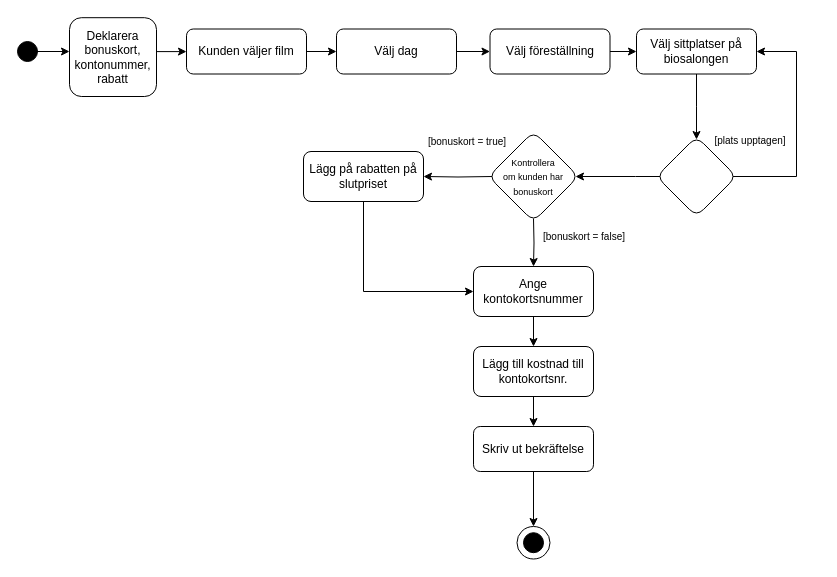
Earlier version of the draw.io diagram U10.drawio (ninijonsson/diagram). Source tidied: cells renumbered, new cells numbered last; positions are measured from the earlier drawing's top-left corner, leaving out a move shared by most shapes. Both pictures are drawn from the tidied source at 100%, with x=0, y=0 at pixel (17, 17).
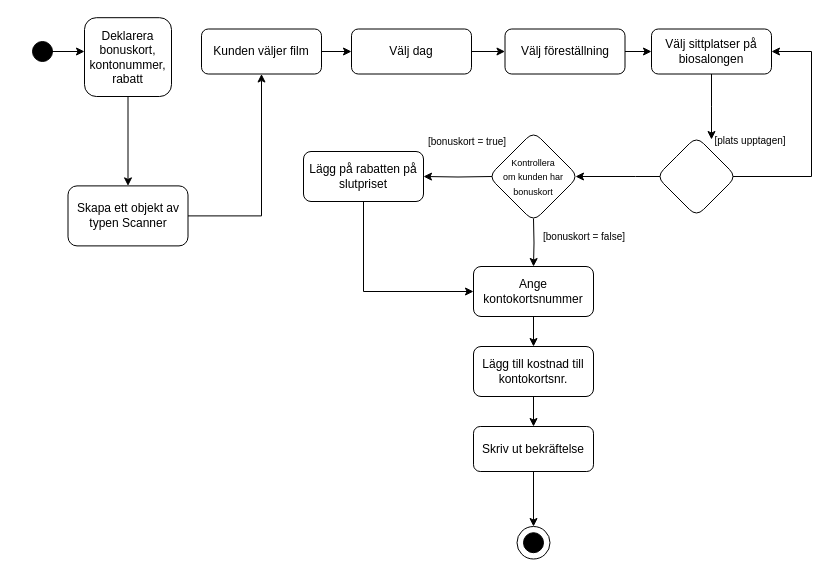
The same diagram, later.

The change refers to these unchanged cells:
```xml
<mxCell id="14" style="rhombus;whiteSpace=wrap;html=1;fillColor=#FFFFFF;rounded=1;" parent="1" vertex="1">
  <mxGeometry x="639" y="119" width="80" height="80" as="geometry" />
</mxCell>
```

The edit, as a diff of the source:
```diff
@@
     <mxCell id="2" style="edgeStyle=orthogonalEdgeStyle;rounded=0;orthogonalLoop=1;jettySize=auto;html=1;exitX=1;exitY=0.5;exitDx=0;exitDy=0;" parent="1" edge="1">
       <mxGeometry relative="1" as="geometry">
-        <mxPoint x="13" y="34" as="sourcePoint" />
-        <mxPoint x="52" y="34" as="targetPoint" />
+        <mxPoint x="28" y="34" as="sourcePoint" />
+        <mxPoint x="67" y="34" as="targetPoint" />
       </mxGeometry>
     </mxCell>
     <mxCell id="3" style="ellipse;whiteSpace=wrap;html=1;fillColor=#000000;" parent="1" vertex="1">
-      <mxGeometry y="24" width="20" height="20" as="geometry" />
+      <mxGeometry x="15" y="24" width="20" height="20" as="geometry" />
     </mxCell>
@@
     <mxCell id="5" value="Kunden väljer film" style="rounded=1;whiteSpace=wrap;html=1;fillColor=#FFFFFF;" parent="1" vertex="1">
-      <mxGeometry x="169" y="11.5" width="120" height="45" as="geometry" />
+      <mxGeometry x="184" y="11.5" width="120" height="45" as="geometry" />
     </mxCell>
@@
     <mxCell id="7" value="Välj dag" style="whiteSpace=wrap;html=1;fillColor=#FFFFFF;rounded=1;" parent="1" vertex="1">
-      <mxGeometry x="319" y="11.5" width="120" height="45" as="geometry" />
+      <mxGeometry x="334" y="11.5" width="120" height="45" as="geometry" />
     </mxCell>
@@
     <mxCell id="9" value="Välj föreställning" style="whiteSpace=wrap;html=1;fillColor=#FFFFFF;rounded=1;" parent="1" vertex="1">
-      <mxGeometry x="472.5" y="11.5" width="120" height="45" as="geometry" />
+      <mxGeometry x="487.5" y="11.5" width="120" height="45" as="geometry" />
     </mxCell>
     <mxCell id="10" style="edgeStyle=orthogonalEdgeStyle;rounded=0;jettySize=auto;html=1;exitX=0.5;exitY=1;exitDx=0;exitDy=0;" parent="1" edge="1" source="11">
       <mxGeometry relative="1" as="geometry">
-        <mxPoint x="679" y="122" as="targetPoint" />
+        <mxPoint x="694" y="122" as="targetPoint" />
       </mxGeometry>
     </mxCell>
     <mxCell id="11" value="Välj sittplatser på biosalongen" style="whiteSpace=wrap;html=1;fillColor=#FFFFFF;rounded=1;" parent="1" vertex="1">
-      <mxGeometry x="619" y="11.5" width="120" height="45" as="geometry" />
+      <mxGeometry x="634" y="11.5" width="120" height="45" as="geometry" />
     </mxCell>
     <mxCell id="12" style="edgeStyle=orthogonalEdgeStyle;rounded=0;jettySize=auto;html=1;exitX=0.954;exitY=0.5;exitDx=0;exitDy=0;entryX=1;entryY=0.5;entryDx=0;entryDy=0;exitPerimeter=0;" parent="1" edge="1" source="14" target="11">
       <mxGeometry relative="1" as="geometry">
         <Array as="points">
-          <mxPoint x="779" y="159" />
-          <mxPoint x="779" y="34" />
+          <mxPoint x="794" y="159" />
+          <mxPoint x="794" y="34" />
         </Array>
       </mxGeometry>
     </mxCell>
@@
-    <mxCell id="19" style="edgeStyle=orthogonalEdgeStyle;rounded=0;jettySize=auto;html=1;exitX=1.023;exitY=0.43;exitDx=0;exitDy=0;exitPerimeter=0;entryX=0;entryY=0.5;entryDx=0;entryDy=0;" parent="1" edge="1" target="5">
-      <mxGeometry relative="1" as="geometry">
-        <mxPoint x="138" y="34.1" as="sourcePoint" />
-      </mxGeometry>
-    </mxCell>
+    <mxCell id="33" style="edgeStyle=orthogonalEdgeStyle;rounded=0;jettySize=auto;html=1;" parent="1" edge="1" source="20" target="35">
+      <mxGeometry relative="1" as="geometry" />
+    </mxCell>
     <mxCell id="20" value="Deklarera bonuskort, kontonummer, rabatt" style="rounded=1;whiteSpace=wrap;html=1;" parent="1" vertex="1">
-      <mxGeometry x="52" y="0.2" width="87" height="78.8" as="geometry" />
+      <mxGeometry x="67" y="0.2" width="87" height="78.8" as="geometry" />
     </mxCell>
@@
+    <mxCell id="34" style="edgeStyle=orthogonalEdgeStyle;rounded=0;jettySize=auto;html=1;exitX=1;exitY=0.5;exitDx=0;exitDy=0;entryX=0.5;entryY=1;entryDx=0;entryDy=0;" parent="1" edge="1" source="35" target="5">
+      <mxGeometry relative="1" as="geometry" />
+    </mxCell>
+    <mxCell id="35" value="Skapa ett objekt av typen Scanner" style="whiteSpace=wrap;html=1;rounded=1;" parent="1" vertex="1">
+      <mxGeometry x="50.5" y="168.4" width="120" height="60" as="geometry" />
+    </mxCell>
```
